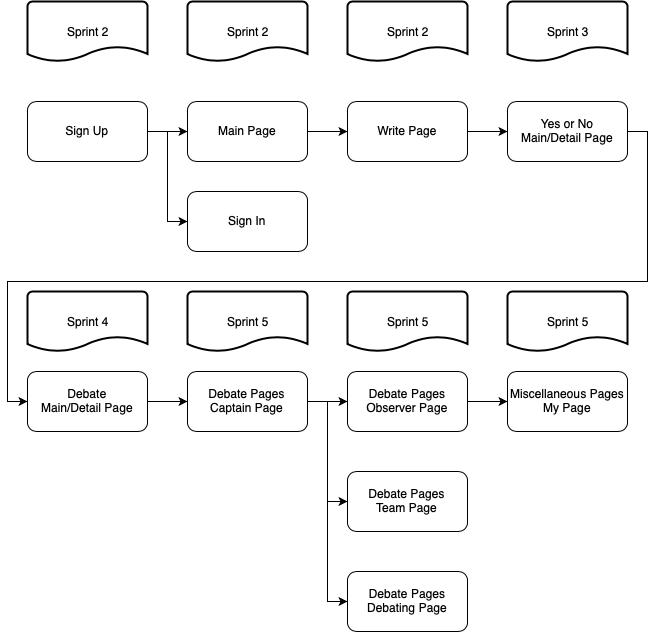
monchana/TalkCraft keeps this draw.io diagram as design_and_planning/development_process.png. Above is the earlier version. Source tidied: cells renumbered, new cells last; positions are measured from the earlier drawing's top-left corner, leaving out a move shared by most shapes. Source of this version:
```xml
<mxGraphModel>
  <root>
    <mxCell id="0" />
    <mxCell id="1" parent="0" />
    <mxCell id="2" style="edgeStyle=orthogonalEdgeStyle;rounded=0;jettySize=auto;html=1;exitX=1;exitY=0.5;exitDx=0;exitDy=0;entryX=0;entryY=0.5;entryDx=0;entryDy=0;align=center;" parent="1" edge="1" source="4" target="6">
      <mxGeometry relative="1" as="geometry" />
    </mxCell>
    <mxCell id="3" style="edgeStyle=orthogonalEdgeStyle;rounded=0;jettySize=auto;html=1;exitX=1;exitY=0.5;exitDx=0;exitDy=0;entryX=0;entryY=0.5;entryDx=0;entryDy=0;align=center;" parent="1" edge="1" source="4" target="12">
      <mxGeometry relative="1" as="geometry" />
    </mxCell>
    <mxCell id="4" value="Sign Up" style="rounded=1;whiteSpace=wrap;html=1;align=center;" parent="1" vertex="1">
      <mxGeometry x="20" y="100" width="120" height="60" as="geometry" />
    </mxCell>
    <mxCell id="5" style="edgeStyle=orthogonalEdgeStyle;rounded=0;jettySize=auto;html=1;exitX=1;exitY=0.5;exitDx=0;exitDy=0;entryX=0;entryY=0.5;entryDx=0;entryDy=0;align=center;" parent="1" edge="1" source="6" target="8">
      <mxGeometry relative="1" as="geometry" />
    </mxCell>
    <mxCell id="6" value="Main Page" style="rounded=1;whiteSpace=wrap;html=1;align=center;" parent="1" vertex="1">
      <mxGeometry x="180" y="100" width="120" height="60" as="geometry" />
    </mxCell>
    <mxCell id="7" style="edgeStyle=orthogonalEdgeStyle;rounded=0;jettySize=auto;html=1;exitX=1;exitY=0.5;exitDx=0;exitDy=0;entryX=0;entryY=0.5;entryDx=0;entryDy=0;align=center;" parent="1" edge="1" source="8" target="10">
      <mxGeometry relative="1" as="geometry" />
    </mxCell>
    <mxCell id="8" value="Write Page" style="rounded=1;whiteSpace=wrap;html=1;align=center;" parent="1" vertex="1">
      <mxGeometry x="340" y="100" width="120" height="60" as="geometry" />
    </mxCell>
    <mxCell id="9" style="edgeStyle=orthogonalEdgeStyle;rounded=0;jettySize=auto;html=1;exitX=1;exitY=0.5;exitDx=0;exitDy=0;entryX=0;entryY=0.5;entryDx=0;entryDy=0;align=center;" parent="1" edge="1" source="10" target="18">
      <mxGeometry relative="1" as="geometry">
        <Array as="points">
          <mxPoint x="640" y="130" />
          <mxPoint x="640" y="280" />
          <mxPoint y="280" />
          <mxPoint y="400" />
        </Array>
      </mxGeometry>
    </mxCell>
    <mxCell id="10" value="Yes or No&lt;br&gt;Main/Detail Page&lt;br&gt;" style="rounded=1;whiteSpace=wrap;html=1;align=center;" parent="1" vertex="1">
      <mxGeometry x="500" y="100" width="120" height="60" as="geometry" />
    </mxCell>
    <mxCell id="11" value="&lt;div style=&quot;text-align: center&quot;&gt;Sprint 2&lt;/div&gt;" style="strokeWidth=2;html=1;shape=mxgraph.flowchart.document2;whiteSpace=wrap;size=0.25;align=center;" parent="1" vertex="1">
      <mxGeometry x="20" width="120" height="60" as="geometry" />
    </mxCell>
    <mxCell id="12" value="Sign In" style="rounded=1;whiteSpace=wrap;html=1;align=center;" parent="1" vertex="1">
      <mxGeometry x="180" y="190" width="120" height="60" as="geometry" />
    </mxCell>
    <mxCell id="13" style="edgeStyle=orthogonalEdgeStyle;rounded=0;jettySize=auto;html=1;exitX=1;exitY=0.5;exitDx=0;exitDy=0;entryX=0;entryY=0.5;entryDx=0;entryDy=0;align=center;" parent="1" edge="1" source="18" target="20">
      <mxGeometry relative="1" as="geometry" />
    </mxCell>
    <mxCell id="14" style="edgeStyle=orthogonalEdgeStyle;rounded=0;jettySize=auto;html=1;exitX=1;exitY=0.5;exitDx=0;exitDy=0;entryX=0;entryY=0.5;entryDx=0;entryDy=0;align=center;" parent="1" edge="1" source="18" target="25">
      <mxGeometry relative="1" as="geometry" />
    </mxCell>
    <mxCell id="15" style="edgeStyle=orthogonalEdgeStyle;rounded=0;jettySize=auto;html=1;exitX=1;exitY=0.5;exitDx=0;exitDy=0;entryX=0;entryY=0.5;entryDx=0;entryDy=0;align=center;" parent="1" edge="1" source="18" target="26">
      <mxGeometry relative="1" as="geometry">
        <Array as="points">
          <mxPoint x="320" y="400" />
          <mxPoint x="320" y="500" />
        </Array>
      </mxGeometry>
    </mxCell>
    <mxCell id="16" style="edgeStyle=orthogonalEdgeStyle;rounded=0;jettySize=auto;html=1;exitX=1;exitY=0.5;exitDx=0;exitDy=0;entryX=0;entryY=0.5;entryDx=0;entryDy=0;align=center;" parent="1" edge="1" source="18" target="27">
      <mxGeometry relative="1" as="geometry">
        <Array as="points">
          <mxPoint x="320" y="400" />
          <mxPoint x="320" y="600" />
        </Array>
      </mxGeometry>
    </mxCell>
    <mxCell id="17" style="edgeStyle=orthogonalEdgeStyle;rounded=0;jettySize=auto;html=1;exitX=1;exitY=0.5;exitDx=0;exitDy=0;entryX=0;entryY=0.5;entryDx=0;entryDy=0;align=center;" parent="1" edge="1" source="18" target="21">
      <mxGeometry relative="1" as="geometry" />
    </mxCell>
    <mxCell id="18" value="Debate&lt;br&gt;Main/Detail Page&lt;br&gt;" style="rounded=1;whiteSpace=wrap;html=1;align=center;" parent="1" vertex="1">
      <mxGeometry x="20" y="370" width="120" height="60" as="geometry" />
    </mxCell>
    <mxCell id="19" value="&lt;div style=&quot;text-align: center&quot;&gt;Sprint 4&lt;/div&gt;" style="strokeWidth=2;html=1;shape=mxgraph.flowchart.document2;whiteSpace=wrap;size=0.25;align=center;" parent="1" vertex="1">
      <mxGeometry x="20" y="290" width="120" height="60" as="geometry" />
    </mxCell>
    <mxCell id="20" value="Debate Pages&lt;br&gt;Captain Page&lt;br&gt;" style="rounded=1;whiteSpace=wrap;html=1;align=center;" parent="1" vertex="1">
      <mxGeometry x="180" y="370" width="120" height="60" as="geometry" />
    </mxCell>
    <mxCell id="21" value="Miscellaneous Pages&lt;br&gt;My Page&lt;br&gt;" style="rounded=1;whiteSpace=wrap;html=1;align=center;" parent="1" vertex="1">
      <mxGeometry x="500" y="370" width="120" height="60" as="geometry" />
    </mxCell>
    <mxCell id="22" value="&lt;div style=&quot;text-align: center&quot;&gt;Sprint 2&lt;/div&gt;" style="strokeWidth=2;html=1;shape=mxgraph.flowchart.document2;whiteSpace=wrap;size=0.25;align=center;" parent="1" vertex="1">
      <mxGeometry x="180" width="120" height="60" as="geometry" />
    </mxCell>
    <mxCell id="23" value="&lt;div style=&quot;text-align: center&quot;&gt;Sprint 2&lt;/div&gt;" style="strokeWidth=2;html=1;shape=mxgraph.flowchart.document2;whiteSpace=wrap;size=0.25;align=center;" parent="1" vertex="1">
      <mxGeometry x="340" width="120" height="60" as="geometry" />
    </mxCell>
    <mxCell id="24" value="&lt;div style=&quot;text-align: center&quot;&gt;Sprint 3&lt;/div&gt;" style="strokeWidth=2;html=1;shape=mxgraph.flowchart.document2;whiteSpace=wrap;size=0.25;align=center;" parent="1" vertex="1">
      <mxGeometry x="500" width="120" height="60" as="geometry" />
    </mxCell>
    <mxCell id="25" value="Debate Pages&lt;br&gt;Observer Page&lt;br&gt;" style="rounded=1;whiteSpace=wrap;html=1;align=center;" parent="1" vertex="1">
      <mxGeometry x="340" y="370" width="120" height="60" as="geometry" />
    </mxCell>
    <mxCell id="26" value="Debate Pages&lt;br&gt;Team Page&lt;br&gt;" style="rounded=1;whiteSpace=wrap;html=1;align=center;" parent="1" vertex="1">
      <mxGeometry x="340" y="470" width="120" height="60" as="geometry" />
    </mxCell>
    <mxCell id="27" value="Debate Pages&lt;br&gt;Debating Page&lt;br&gt;" style="rounded=1;whiteSpace=wrap;html=1;align=center;" parent="1" vertex="1">
      <mxGeometry x="340" y="570" width="120" height="60" as="geometry" />
    </mxCell>
    <mxCell id="28" value="&lt;div style=&quot;text-align: center&quot;&gt;Sprint 5&lt;/div&gt;" style="strokeWidth=2;html=1;shape=mxgraph.flowchart.document2;whiteSpace=wrap;size=0.25;align=center;" parent="1" vertex="1">
      <mxGeometry x="180" y="290" width="120" height="60" as="geometry" />
    </mxCell>
    <mxCell id="29" value="&lt;div style=&quot;text-align: center&quot;&gt;Sprint 5&lt;/div&gt;" style="strokeWidth=2;html=1;shape=mxgraph.flowchart.document2;whiteSpace=wrap;size=0.25;align=center;" parent="1" vertex="1">
      <mxGeometry x="340" y="290" width="120" height="60" as="geometry" />
    </mxCell>
    <mxCell id="30" value="&lt;div style=&quot;text-align: center&quot;&gt;Sprint 5&lt;/div&gt;" style="strokeWidth=2;html=1;shape=mxgraph.flowchart.document2;whiteSpace=wrap;size=0.25;align=center;" parent="1" vertex="1">
      <mxGeometry x="500" y="290" width="120" height="60" as="geometry" />
    </mxCell>
  </root>
</mxGraphModel>
```
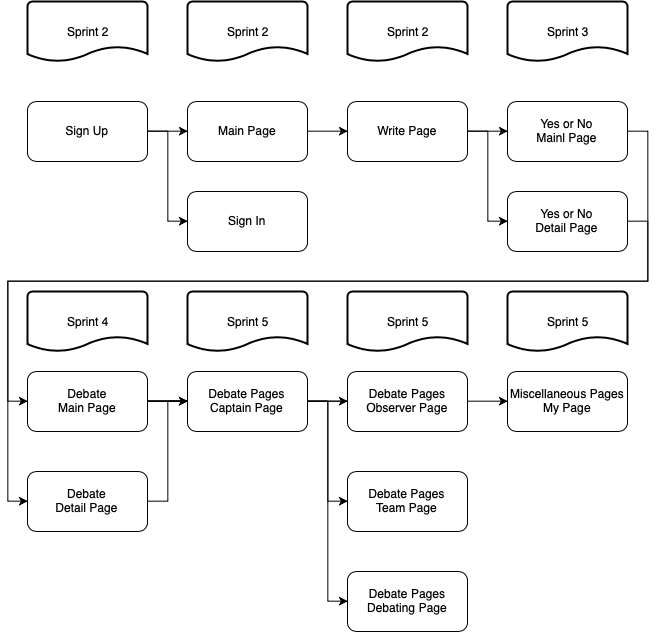
After the commit.

Diff of the diagram source:
```diff
@@ -20,20 +20,23 @@
     <mxCell id="7" style="edgeStyle=orthogonalEdgeStyle;rounded=0;jettySize=auto;html=1;exitX=1;exitY=0.5;exitDx=0;exitDy=0;entryX=0;entryY=0.5;entryDx=0;entryDy=0;align=center;" parent="1" edge="1" source="8" target="10">
       <mxGeometry relative="1" as="geometry" />
     </mxCell>
+    <mxCell id="31" style="edgeStyle=orthogonalEdgeStyle;rounded=0;jettySize=auto;html=1;exitX=1;exitY=0.5;exitDx=0;exitDy=0;entryX=0;entryY=0.5;entryDx=0;entryDy=0;align=center;" parent="1" edge="1" source="8" target="33">
+      <mxGeometry relative="1" as="geometry" />
+    </mxCell>
     <mxCell id="8" value="Write Page" style="rounded=1;whiteSpace=wrap;html=1;align=center;" parent="1" vertex="1">
       <mxGeometry x="340" y="100" width="120" height="60" as="geometry" />
     </mxCell>
-    <mxCell id="9" style="edgeStyle=orthogonalEdgeStyle;rounded=0;jettySize=auto;html=1;exitX=1;exitY=0.5;exitDx=0;exitDy=0;entryX=0;entryY=0.5;entryDx=0;entryDy=0;align=center;" parent="1" edge="1" source="10" target="18">
+    <mxCell id="9" style="edgeStyle=orthogonalEdgeStyle;rounded=0;jettySize=auto;html=1;exitX=1;exitY=0.5;exitDx=0;exitDy=0;entryX=0;entryY=0.5;entryDx=0;entryDy=0;align=center;" parent="1" edge="1" source="10" target="35">
       <mxGeometry relative="1" as="geometry">
         <Array as="points">
           <mxPoint x="640" y="130" />
           <mxPoint x="640" y="280" />
           <mxPoint y="280" />
-          <mxPoint y="400" />
+          <mxPoint y="500" />
         </Array>
       </mxGeometry>
     </mxCell>
-    <mxCell id="10" value="Yes or No&lt;br&gt;Main/Detail Page&lt;br&gt;" style="rounded=1;whiteSpace=wrap;html=1;align=center;" parent="1" vertex="1">
+    <mxCell id="10" value="Yes or No&lt;br&gt;Mainl Page&lt;br&gt;" style="rounded=1;whiteSpace=wrap;html=1;align=center;" parent="1" vertex="1">
       <mxGeometry x="500" y="100" width="120" height="60" as="geometry" />
     </mxCell>
     <mxCell id="11" value="&lt;div style=&quot;text-align: center&quot;&gt;Sprint 2&lt;/div&gt;" style="strokeWidth=2;html=1;shape=mxgraph.flowchart.document2;whiteSpace=wrap;size=0.25;align=center;" parent="1" vertex="1">
@@ -67,7 +70,7 @@
     <mxCell id="17" style="edgeStyle=orthogonalEdgeStyle;rounded=0;jettySize=auto;html=1;exitX=1;exitY=0.5;exitDx=0;exitDy=0;entryX=0;entryY=0.5;entryDx=0;entryDy=0;align=center;" parent="1" edge="1" source="18" target="21">
       <mxGeometry relative="1" as="geometry" />
     </mxCell>
-    <mxCell id="18" value="Debate&lt;br&gt;Main/Detail Page&lt;br&gt;" style="rounded=1;whiteSpace=wrap;html=1;align=center;" parent="1" vertex="1">
+    <mxCell id="18" value="Debate&lt;br&gt;Main Page&lt;br&gt;" style="rounded=1;whiteSpace=wrap;html=1;align=center;" parent="1" vertex="1">
       <mxGeometry x="20" y="370" width="120" height="60" as="geometry" />
     </mxCell>
     <mxCell id="19" value="&lt;div style=&quot;text-align: center&quot;&gt;Sprint 4&lt;/div&gt;" style="strokeWidth=2;html=1;shape=mxgraph.flowchart.document2;whiteSpace=wrap;size=0.25;align=center;" parent="1" vertex="1">
@@ -106,5 +109,24 @@
     <mxCell id="30" value="&lt;div style=&quot;text-align: center&quot;&gt;Sprint 5&lt;/div&gt;" style="strokeWidth=2;html=1;shape=mxgraph.flowchart.document2;whiteSpace=wrap;size=0.25;align=center;" parent="1" vertex="1">
       <mxGeometry x="500" y="290" width="120" height="60" as="geometry" />
     </mxCell>
+    <mxCell id="32" style="edgeStyle=orthogonalEdgeStyle;rounded=0;jettySize=auto;html=1;exitX=1;exitY=0.5;exitDx=0;exitDy=0;align=center;entryX=0;entryY=0.5;entryDx=0;entryDy=0;" parent="1" edge="1" source="33" target="18">
+      <mxGeometry relative="1" as="geometry">
+        <Array as="points">
+          <mxPoint x="640" y="220" />
+          <mxPoint x="640" y="280" />
+          <mxPoint y="280" />
+          <mxPoint y="400" />
+        </Array>
+      </mxGeometry>
+    </mxCell>
+    <mxCell id="33" value="Yes or No&lt;br&gt;Detail Page&lt;br&gt;" style="rounded=1;whiteSpace=wrap;html=1;align=center;" parent="1" vertex="1">
+      <mxGeometry x="500" y="190" width="120" height="60" as="geometry" />
+    </mxCell>
+    <mxCell id="34" style="edgeStyle=orthogonalEdgeStyle;rounded=0;jettySize=auto;html=1;exitX=1;exitY=0.5;exitDx=0;exitDy=0;entryX=0;entryY=0.5;entryDx=0;entryDy=0;align=center;" parent="1" edge="1" source="35" target="20">
+      <mxGeometry relative="1" as="geometry" />
+    </mxCell>
+    <mxCell id="35" value="Debate&lt;br&gt;Detail Page&lt;br&gt;" style="rounded=1;whiteSpace=wrap;html=1;align=center;" parent="1" vertex="1">
+      <mxGeometry x="20" y="470" width="120" height="60" as="geometry" />
+    </mxCell>
   </root>
 </mxGraphModel>
```
